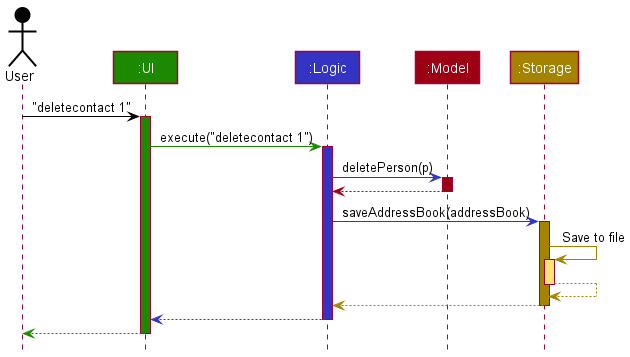
Above: docs/images/ArchitectureSequenceDiagram.png in ramapriyan912001/tp (PlantUML), before the change.
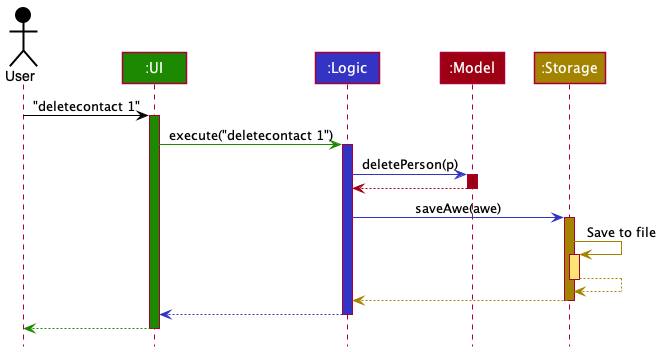
Above is the later version.

What changed in the source:
```diff
@@ -19,7 +19,7 @@
 model -[MODEL_COLOR]-> logic
 deactivate model
 
-logic -[LOGIC_COLOR]> storage : saveAddressBook(addressBook)
+logic -[LOGIC_COLOR]> storage : saveAwe(awe)
 activate storage STORAGE_COLOR
 
 storage -[STORAGE_COLOR]> storage : Save to file
```
